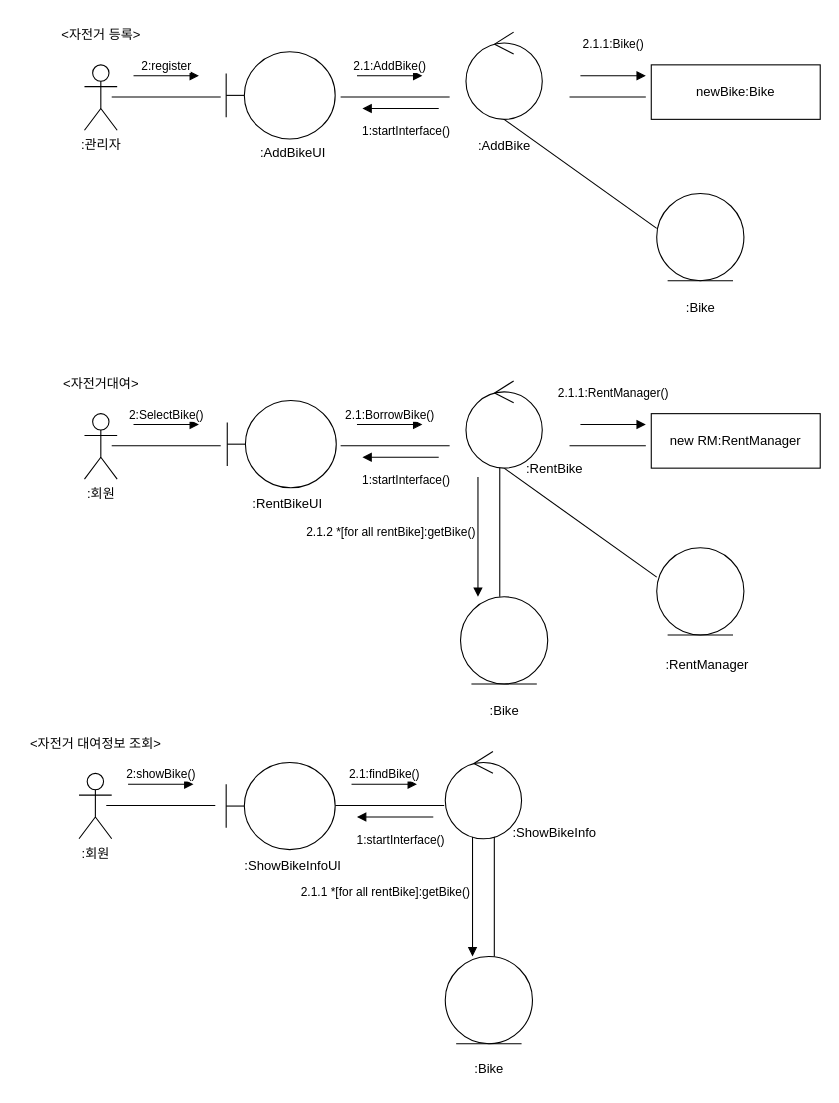
nowOne2/se2ndAssignment keeps this draw.io diagram as page "페이지-2" (2 of 2) of 소공2차과제 커뮤니케이션 다이어그램.drawio.xml. Above is the earlier version. Source tidied: cells renumbered, new cells numbered last; positions are measured from the earlier drawing's top-left corner, leaving out a move shared by most shapes. Both pictures are drawn from the tidied source at 109%, with x=0, y=0 at pixel (19, 19).
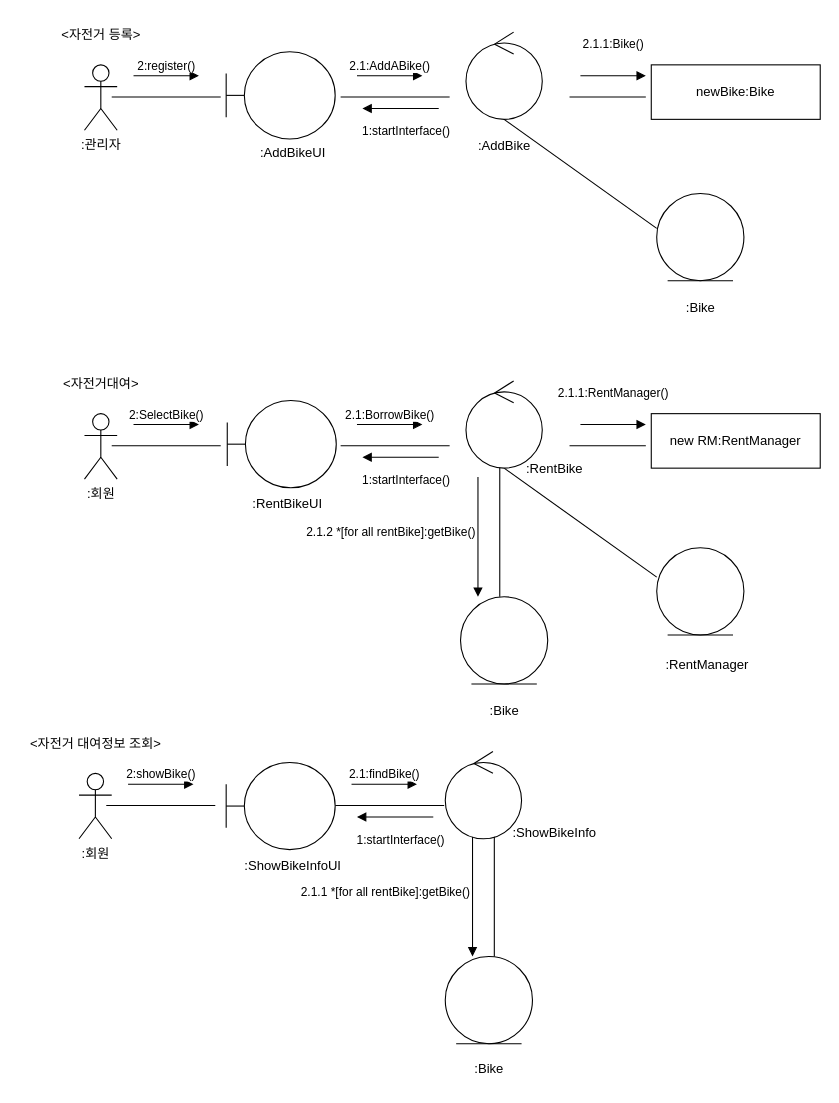
The same diagram, later.

Commit message (it also covers changes not shown here):
Feat analysis class diagram

The edit, as a diff of the source:
```diff
@@
-    <mxCell id="10" value="2:register" style="html=1;verticalAlign=bottom;endArrow=block;curved=0;rounded=0;" parent="1" edge="1">
+    <mxCell id="10" value="2:register()" style="html=1;verticalAlign=bottom;endArrow=block;curved=0;rounded=0;" parent="1" edge="1">
       <mxGeometry relative="1" as="geometry">
         <mxPoint x="105" y="52" as="sourcePoint" />
         <mxPoint x="165" y="52" as="targetPoint" />
       </mxGeometry>
     </mxCell>
-    <mxCell id="11" value="2.1:AddBike()" style="html=1;verticalAlign=bottom;endArrow=block;curved=0;rounded=0;" parent="1" edge="1">
+    <mxCell id="11" value="2.1:AddABike()" style="html=1;verticalAlign=bottom;endArrow=block;curved=0;rounded=0;" parent="1" edge="1">
       <mxGeometry relative="1" as="geometry">
         <mxPoint x="310" y="52" as="sourcePoint" />
         <mxPoint x="370" y="52" as="targetPoint" />
       </mxGeometry>
     </mxCell>
```
